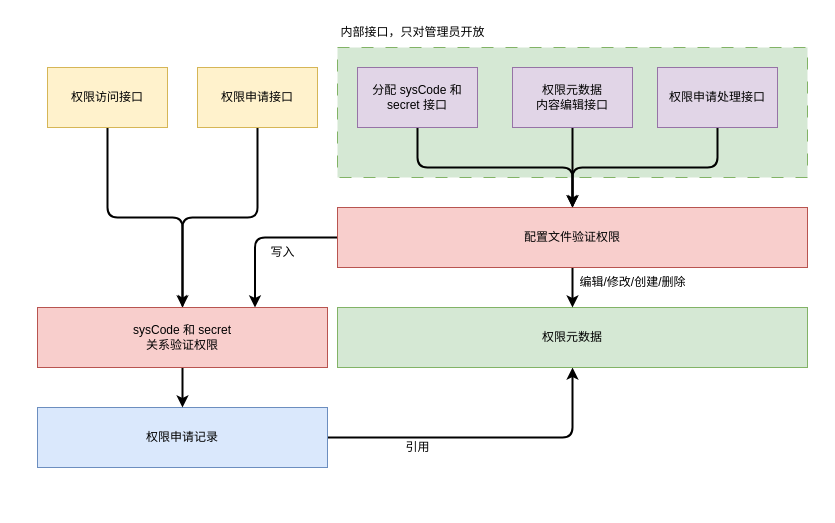
Earlier version of the draw.io diagram page "第 3 页" (3 of 4) of 未命名绘图.drawio (anriclee/diagramStorage). Source tidied: cells renumbered, new cells numbered last; positions are measured from the earlier drawing's top-left corner, leaving out a move shared by most shapes. Both pictures are drawn from the tidied source at 100%, with x=0, y=0 at pixel (37, 17).
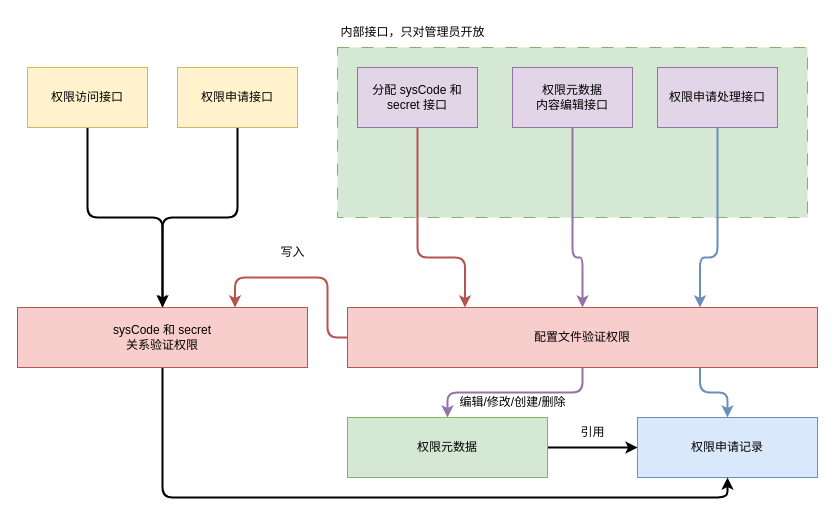
Above is the later version.

The change refers to these unchanged cells:
```xml
<mxCell id="4" value="权限元数据&lt;br&gt;内容编辑接口" style="rounded=0;whiteSpace=wrap;html=1;fillColor=#e1d5e7;strokeColor=#9673a6;" parent="1" vertex="1">
  <mxGeometry x="475" y="50" width="120" height="60" as="geometry" />
</mxCell>
<mxCell id="6" value="分配 sysCode 和 secret 接口" style="rounded=0;whiteSpace=wrap;html=1;fillColor=#e1d5e7;strokeColor=#9673a6;" parent="1" vertex="1">
  <mxGeometry x="320" y="50" width="120" height="60" as="geometry" />
</mxCell>
<mxCell id="23" value="权限申请处理接口" style="rounded=0;whiteSpace=wrap;html=1;fillColor=#e1d5e7;strokeColor=#9673a6;" parent="1" vertex="1">
  <mxGeometry x="620" y="50" width="120" height="60" as="geometry" />
</mxCell>
```

What changed in the source:
```diff
@@
     <mxCell id="2" style="rounded=0;whiteSpace=wrap;html=1;dashed=1;dashPattern=12 12;fillColor=#d5e8d4;strokeColor=#82b366;" parent="1" vertex="1">
-      <mxGeometry x="300" y="30" width="470" height="130" as="geometry" />
+      <mxGeometry x="300" y="30" width="470" height="170" as="geometry" />
     </mxCell>
-    <mxCell id="3" style="edgeStyle=orthogonalEdgeStyle;rounded=0;jettySize=auto;html=1;strokeWidth=2;" parent="1" edge="1" source="4" target="16">
-      <mxGeometry relative="1" as="geometry" />
+    <mxCell id="3" style="edgeStyle=orthogonalEdgeStyle;rounded=1;jettySize=auto;html=1;strokeWidth=2;fillColor=#e1d5e7;strokeColor=#9673a6;" parent="1" edge="1" source="4" target="16">
+      <mxGeometry relative="1" as="geometry">
+        <Array as="points">
+          <mxPoint x="535" y="240" />
+          <mxPoint x="545" y="240" />
+        </Array>
+      </mxGeometry>
     </mxCell>
@@
-    <mxCell id="5" style="edgeStyle=orthogonalEdgeStyle;rounded=1;jettySize=auto;html=1;entryX=0.5;entryY=0;entryDx=0;entryDy=0;strokeWidth=2;endArrow=classicThin;endFill=1;" parent="1" edge="1" source="6" target="16">
-      <mxGeometry relative="1" as="geometry" />
+    <mxCell id="5" style="edgeStyle=orthogonalEdgeStyle;rounded=1;jettySize=auto;html=1;entryX=0.25;entryY=0;entryDx=0;entryDy=0;strokeWidth=2;fillColor=#f8cecc;strokeColor=#b85450;" parent="1" edge="1" source="6" target="16">
+      <mxGeometry relative="1" as="geometry">
+        <Array as="points">
+          <mxPoint x="380" y="240" />
+          <mxPoint x="428" y="240" />
+        </Array>
+      </mxGeometry>
     </mxCell>
@@
     <mxCell id="8" value="权限申请接口" style="rounded=0;whiteSpace=wrap;html=1;fillColor=#fff2cc;strokeColor=#d6b656;" parent="1" vertex="1">
-      <mxGeometry x="160" y="50" width="120" height="60" as="geometry" />
+      <mxGeometry x="140" y="50" width="120" height="60" as="geometry" />
     </mxCell>
@@
     <mxCell id="10" value="权限访问接口" style="rounded=0;whiteSpace=wrap;html=1;fillColor=#fff2cc;strokeColor=#d6b656;" parent="1" vertex="1">
-      <mxGeometry x="10" y="50" width="120" height="60" as="geometry" />
+      <mxGeometry x="-10" y="50" width="120" height="60" as="geometry" />
     </mxCell>
-    <mxCell id="11" style="edgeStyle=orthogonalEdgeStyle;rounded=1;jettySize=auto;html=1;entryX=0.5;entryY=1;entryDx=0;entryDy=0;strokeWidth=2;" parent="1" edge="1" source="12" target="13">
-      <mxGeometry relative="1" as="geometry" />
-    </mxCell>
     <mxCell id="12" value="权限申请记录" style="rounded=0;whiteSpace=wrap;html=1;fillColor=#dae8fc;strokeColor=#6c8ebf;" parent="1" vertex="1">
-      <mxGeometry y="390" width="290" height="60" as="geometry" />
+      <mxGeometry x="600" y="400" width="180" height="60" as="geometry" />
     </mxCell>
+    <mxCell id="25" style="edgeStyle=orthogonalEdgeStyle;rounded=0;jettySize=auto;html=1;entryX=0;entryY=0.5;entryDx=0;entryDy=0;strokeWidth=2;" parent="1" edge="1" source="13" target="12">
+      <mxGeometry relative="1" as="geometry" />
+    </mxCell>
     <mxCell id="13" value="权限元数据" style="rounded=0;whiteSpace=wrap;html=1;fillColor=#d5e8d4;strokeColor=#82b366;" parent="1" vertex="1">
-      <mxGeometry x="300" y="290" width="470" height="60" as="geometry" />
+      <mxGeometry x="310" y="400" width="200" height="60" as="geometry" />
     </mxCell>
+    <mxCell id="15" style="edgeStyle=orthogonalEdgeStyle;rounded=1;jettySize=auto;html=1;strokeWidth=2;fillColor=#e1d5e7;strokeColor=#9673a6;" parent="1" edge="1" source="16" target="13">
+      <mxGeometry relative="1" as="geometry" />
+    </mxCell>
-    <mxCell id="14" style="edgeStyle=orthogonalEdgeStyle;rounded=1;jettySize=auto;html=1;exitX=0;exitY=0.5;exitDx=0;exitDy=0;entryX=0.75;entryY=0;entryDx=0;entryDy=0;strokeWidth=2;" parent="1" edge="1" source="16" target="18">
-      <mxGeometry relative="1" as="geometry" />
+    <mxCell id="14" style="edgeStyle=orthogonalEdgeStyle;rounded=1;jettySize=auto;html=1;entryX=0.75;entryY=0;entryDx=0;entryDy=0;strokeWidth=2;fillColor=#f8cecc;strokeColor=#b85450;" parent="1" edge="1" source="16" target="18">
+      <mxGeometry relative="1" as="geometry">
+        <Array as="points">
+          <mxPoint x="290" y="320" />
+          <mxPoint x="290" y="260" />
+          <mxPoint x="198" y="260" />
+        </Array>
+      </mxGeometry>
     </mxCell>
-    <mxCell id="15" style="edgeStyle=orthogonalEdgeStyle;rounded=1;jettySize=auto;html=1;entryX=0.5;entryY=0;entryDx=0;entryDy=0;strokeWidth=2;" parent="1" edge="1" source="16" target="13">
-      <mxGeometry relative="1" as="geometry" />
-    </mxCell>
+    <mxCell id="26" style="edgeStyle=orthogonalEdgeStyle;rounded=1;jettySize=auto;html=1;exitX=0.75;exitY=1;exitDx=0;exitDy=0;strokeWidth=2;fillColor=#dae8fc;strokeColor=#6c8ebf;" parent="1" edge="1" source="16" target="12">
+      <mxGeometry relative="1" as="geometry" />
+    </mxCell>
     <mxCell id="16" value="配置文件验证权限" style="rounded=0;whiteSpace=wrap;html=1;fillColor=#f8cecc;strokeColor=#b85450;" parent="1" vertex="1">
-      <mxGeometry x="300" y="190" width="470" height="60" as="geometry" />
+      <mxGeometry x="310" y="290" width="470" height="60" as="geometry" />
     </mxCell>
-    <mxCell id="17" style="edgeStyle=orthogonalEdgeStyle;rounded=1;jettySize=auto;html=1;entryX=0.5;entryY=0;entryDx=0;entryDy=0;strokeWidth=2;" parent="1" edge="1" source="18" target="12">
-      <mxGeometry relative="1" as="geometry" />
+    <mxCell id="17" style="edgeStyle=orthogonalEdgeStyle;rounded=1;jettySize=auto;html=1;strokeWidth=2;entryX=0.5;entryY=1;entryDx=0;entryDy=0;" parent="1" edge="1" source="18" target="12">
+      <mxGeometry relative="1" as="geometry">
+        <Array as="points">
+          <mxPoint x="125" y="480" />
+          <mxPoint x="690" y="480" />
+        </Array>
+      </mxGeometry>
     </mxCell>
     <mxCell id="18" value="sysCode 和 secret &lt;br&gt;关系验证权限" style="rounded=0;whiteSpace=wrap;html=1;fillColor=#f8cecc;strokeColor=#b85450;" parent="1" vertex="1">
-      <mxGeometry y="290" width="290" height="60" as="geometry" />
+      <mxGeometry x="-20" y="290" width="290" height="60" as="geometry" />
     </mxCell>
     <mxCell id="19" value="写入" style="text;html=1;align=center;verticalAlign=middle;strokeColor=none;fillColor=none;" parent="1" vertex="1">
-      <mxGeometry x="220" y="220" width="50" height="30" as="geometry" />
+      <mxGeometry x="230" y="220" width="50" height="30" as="geometry" />
     </mxCell>
     <mxCell id="20" value="编辑/修改/创建/删除" style="text;html=1;align=center;verticalAlign=middle;strokeColor=none;fillColor=none;" parent="1" vertex="1">
-      <mxGeometry x="530" y="250" width="130" height="30" as="geometry" />
+      <mxGeometry x="410" y="370" width="130" height="30" as="geometry" />
     </mxCell>
     <mxCell id="21" value="引用" style="text;html=1;align=center;verticalAlign=middle;strokeColor=none;fillColor=none;" parent="1" vertex="1">
-      <mxGeometry x="355" y="415" width="50" height="30" as="geometry" />
+      <mxGeometry x="530" y="400" width="50" height="30" as="geometry" />
     </mxCell>
-    <mxCell id="22" style="edgeStyle=orthogonalEdgeStyle;rounded=1;jettySize=auto;html=1;entryX=0.5;entryY=0;entryDx=0;entryDy=0;strokeWidth=2;" parent="1" edge="1" source="23" target="16">
-      <mxGeometry relative="1" as="geometry" />
+    <mxCell id="22" style="edgeStyle=orthogonalEdgeStyle;rounded=1;jettySize=auto;html=1;entryX=0.75;entryY=0;entryDx=0;entryDy=0;strokeWidth=2;fillColor=#dae8fc;strokeColor=#6c8ebf;" parent="1" edge="1" source="23" target="16">
+      <mxGeometry relative="1" as="geometry">
+        <Array as="points">
+          <mxPoint x="680" y="240" />
+          <mxPoint x="663" y="240" />
+        </Array>
+      </mxGeometry>
     </mxCell>
```
